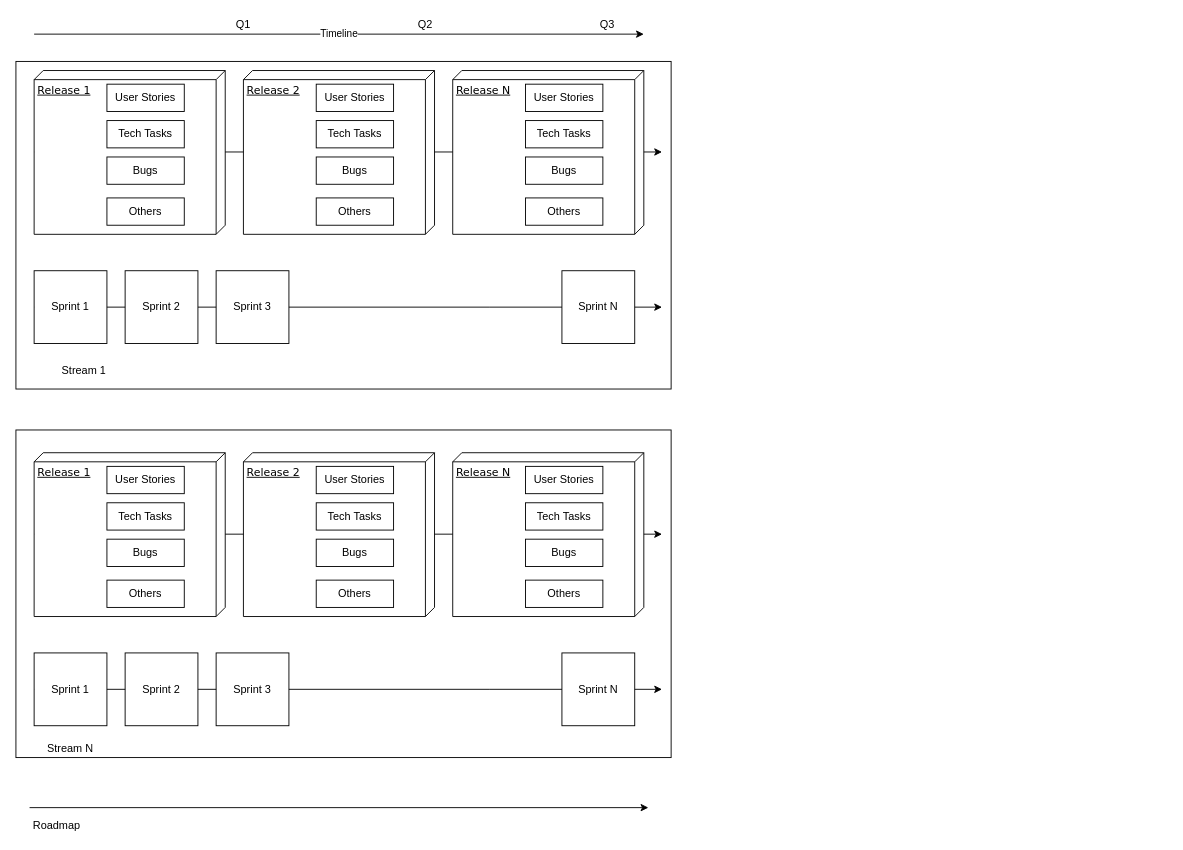
j-croix/Python_basics keeps this draw.io diagram as page "Jira - Structure" (1 of 4) of Untitled Diagram.drawio. Above is the earlier version. Source tidied: cells renumbered, new cells numbered last; positions are measured from the earlier drawing's top-left corner, leaving out a move shared by most shapes. Both pictures are drawn from the tidied source at 91%, with x=0, y=0 at pixel (15, 15).
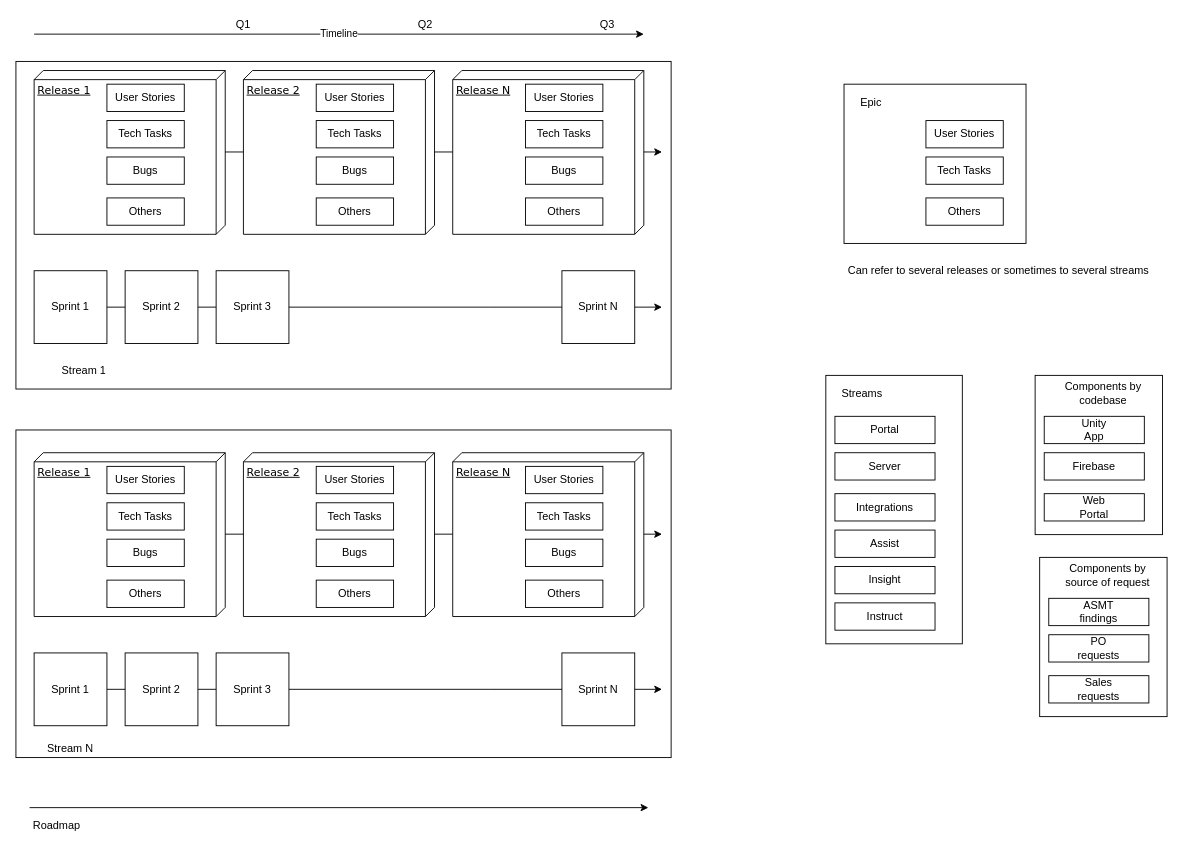
After the change.

The edit, as a diff of the source:
```diff
@@
+    <mxCell id="54" style="rounded=0;whiteSpace=wrap;html=1;" parent="1" vertex="1">
+      <mxGeometry x="890" y="395" width="150" height="295" as="geometry" />
+    </mxCell>
@@
+    <mxCell id="55" style="rounded=0;whiteSpace=wrap;html=1;" parent="1" vertex="1">
+      <mxGeometry x="910" y="75" width="200" height="175" as="geometry" />
+    </mxCell>
+    <mxCell id="56" value="Epic" style="text;html=1;strokeColor=none;fillColor=none;align=center;verticalAlign=middle;whiteSpace=wrap;rounded=0;" parent="1" vertex="1">
+      <mxGeometry x="920" y="85" width="40" height="20" as="geometry" />
+    </mxCell>
+    <mxCell id="57" value="User Stories" style="rounded=0;whiteSpace=wrap;html=1;" parent="1" vertex="1">
+      <mxGeometry x="1000" y="115" width="85" height="30" as="geometry" />
+    </mxCell>
+    <mxCell id="58" value="Tech Tasks" style="rounded=0;whiteSpace=wrap;html=1;" parent="1" vertex="1">
+      <mxGeometry x="1000" y="155" width="85" height="30" as="geometry" />
+    </mxCell>
+    <mxCell id="59" value="Others" style="rounded=0;whiteSpace=wrap;html=1;" parent="1" vertex="1">
+      <mxGeometry x="1000" y="200" width="85" height="30" as="geometry" />
+    </mxCell>
+    <mxCell id="60" value="Can refer to several releases or sometimes to several streams" style="text;html=1;strokeColor=none;fillColor=none;align=center;verticalAlign=middle;whiteSpace=wrap;rounded=0;" parent="1" vertex="1">
+      <mxGeometry x="910" y="270" width="340" height="20" as="geometry" />
+    </mxCell>
+    <mxCell id="61" value="Streams" style="text;html=1;strokeColor=none;fillColor=none;align=center;verticalAlign=middle;whiteSpace=wrap;rounded=0;" parent="1" vertex="1">
+      <mxGeometry x="910" y="405" width="40" height="20" as="geometry" />
+    </mxCell>
+    <mxCell id="62" style="rounded=0;whiteSpace=wrap;html=1;" parent="1" vertex="1">
+      <mxGeometry x="900" y="440" width="110" height="30" as="geometry" />
+    </mxCell>
+    <mxCell id="63" style="rounded=0;whiteSpace=wrap;html=1;" parent="1" vertex="1">
+      <mxGeometry x="900" y="480" width="110" height="30" as="geometry" />
+    </mxCell>
+    <mxCell id="64" style="rounded=0;whiteSpace=wrap;html=1;" parent="1" vertex="1">
+      <mxGeometry x="900" y="525" width="110" height="30" as="geometry" />
+    </mxCell>
+    <mxCell id="65" style="rounded=0;whiteSpace=wrap;html=1;" parent="1" vertex="1">
+      <mxGeometry x="900" y="565" width="110" height="30" as="geometry" />
+    </mxCell>
+    <mxCell id="66" style="rounded=0;whiteSpace=wrap;html=1;" parent="1" vertex="1">
+      <mxGeometry x="900" y="605" width="110" height="30" as="geometry" />
+    </mxCell>
+    <mxCell id="67" style="rounded=0;whiteSpace=wrap;html=1;" parent="1" vertex="1">
+      <mxGeometry x="900" y="645" width="110" height="30" as="geometry" />
+    </mxCell>
+    <mxCell id="68" value="Portal" style="text;html=1;strokeColor=none;fillColor=none;align=center;verticalAlign=middle;whiteSpace=wrap;rounded=0;" parent="1" vertex="1">
+      <mxGeometry x="935" y="445" width="40" height="20" as="geometry" />
+    </mxCell>
+    <mxCell id="69" value="Server" style="text;html=1;strokeColor=none;fillColor=none;align=center;verticalAlign=middle;whiteSpace=wrap;rounded=0;" parent="1" vertex="1">
+      <mxGeometry x="935" y="485" width="40" height="20" as="geometry" />
+    </mxCell>
+    <mxCell id="70" value="Integrations" style="text;html=1;strokeColor=none;fillColor=none;align=center;verticalAlign=middle;whiteSpace=wrap;rounded=0;" parent="1" vertex="1">
+      <mxGeometry x="935" y="530" width="40" height="20" as="geometry" />
+    </mxCell>
+    <mxCell id="71" value="Assist" style="text;html=1;strokeColor=none;fillColor=none;align=center;verticalAlign=middle;whiteSpace=wrap;rounded=0;" parent="1" vertex="1">
+      <mxGeometry x="935" y="570" width="40" height="20" as="geometry" />
+    </mxCell>
+    <mxCell id="72" value="Insight" style="text;html=1;strokeColor=none;fillColor=none;align=center;verticalAlign=middle;whiteSpace=wrap;rounded=0;" parent="1" vertex="1">
+      <mxGeometry x="935" y="610" width="40" height="20" as="geometry" />
+    </mxCell>
+    <mxCell id="73" value="Instruct" style="text;html=1;strokeColor=none;fillColor=none;align=center;verticalAlign=middle;whiteSpace=wrap;rounded=0;" parent="1" vertex="1">
+      <mxGeometry x="935" y="650" width="40" height="20" as="geometry" />
+    </mxCell>
+    <mxCell id="74" style="rounded=0;whiteSpace=wrap;html=1;" parent="1" vertex="1">
+      <mxGeometry x="1120" y="395" width="140" height="175" as="geometry" />
+    </mxCell>
+    <mxCell id="75" value="Components by codebase" style="text;html=1;strokeColor=none;fillColor=none;align=center;verticalAlign=middle;whiteSpace=wrap;rounded=0;" parent="1" vertex="1">
+      <mxGeometry x="1140" y="405" width="110" height="20" as="geometry" />
+    </mxCell>
+    <mxCell id="76" style="rounded=0;whiteSpace=wrap;html=1;" parent="1" vertex="1">
+      <mxGeometry x="1130" y="440" width="110" height="30" as="geometry" />
+    </mxCell>
+    <mxCell id="77" style="rounded=0;whiteSpace=wrap;html=1;" parent="1" vertex="1">
+      <mxGeometry x="1130" y="480" width="110" height="30" as="geometry" />
+    </mxCell>
+    <mxCell id="78" style="rounded=0;whiteSpace=wrap;html=1;" parent="1" vertex="1">
+      <mxGeometry x="1130" y="525" width="110" height="30" as="geometry" />
+    </mxCell>
+    <mxCell id="79" value="Unity App" style="text;html=1;strokeColor=none;fillColor=none;align=center;verticalAlign=middle;whiteSpace=wrap;rounded=0;" parent="1" vertex="1">
+      <mxGeometry x="1165" y="445" width="40" height="20" as="geometry" />
+    </mxCell>
+    <mxCell id="80" value="Firebase" style="text;html=1;strokeColor=none;fillColor=none;align=center;verticalAlign=middle;whiteSpace=wrap;rounded=0;" parent="1" vertex="1">
+      <mxGeometry x="1165" y="485" width="40" height="20" as="geometry" />
+    </mxCell>
+    <mxCell id="81" value="Web Portal" style="text;html=1;strokeColor=none;fillColor=none;align=center;verticalAlign=middle;whiteSpace=wrap;rounded=0;" parent="1" vertex="1">
+      <mxGeometry x="1165" y="530" width="40" height="20" as="geometry" />
+    </mxCell>
+    <mxCell id="82" style="rounded=0;whiteSpace=wrap;html=1;" parent="1" vertex="1">
+      <mxGeometry x="1125" y="595" width="140" height="175" as="geometry" />
+    </mxCell>
+    <mxCell id="83" value="Components by source of request" style="text;html=1;strokeColor=none;fillColor=none;align=center;verticalAlign=middle;whiteSpace=wrap;rounded=0;" parent="1" vertex="1">
+      <mxGeometry x="1145" y="605" width="110" height="20" as="geometry" />
+    </mxCell>
+    <mxCell id="84" style="rounded=0;whiteSpace=wrap;html=1;" parent="1" vertex="1">
+      <mxGeometry x="1135" y="640" width="110" height="30" as="geometry" />
+    </mxCell>
+    <mxCell id="85" style="rounded=0;whiteSpace=wrap;html=1;" parent="1" vertex="1">
+      <mxGeometry x="1135" y="680" width="110" height="30" as="geometry" />
+    </mxCell>
+    <mxCell id="86" style="rounded=0;whiteSpace=wrap;html=1;" parent="1" vertex="1">
+      <mxGeometry x="1135" y="725" width="110" height="30" as="geometry" />
+    </mxCell>
+    <mxCell id="87" value="ASMT findings" style="text;html=1;strokeColor=none;fillColor=none;align=center;verticalAlign=middle;whiteSpace=wrap;rounded=0;" parent="1" vertex="1">
+      <mxGeometry x="1170" y="645" width="40" height="20" as="geometry" />
+    </mxCell>
+    <mxCell id="88" value="PO requests" style="text;html=1;strokeColor=none;fillColor=none;align=center;verticalAlign=middle;whiteSpace=wrap;rounded=0;" parent="1" vertex="1">
+      <mxGeometry x="1170" y="685" width="40" height="20" as="geometry" />
+    </mxCell>
+    <mxCell id="89" value="Sales requests" style="text;html=1;strokeColor=none;fillColor=none;align=center;verticalAlign=middle;whiteSpace=wrap;rounded=0;" parent="1" vertex="1">
+      <mxGeometry x="1170" y="730" width="40" height="20" as="geometry" />
+    </mxCell>
```
